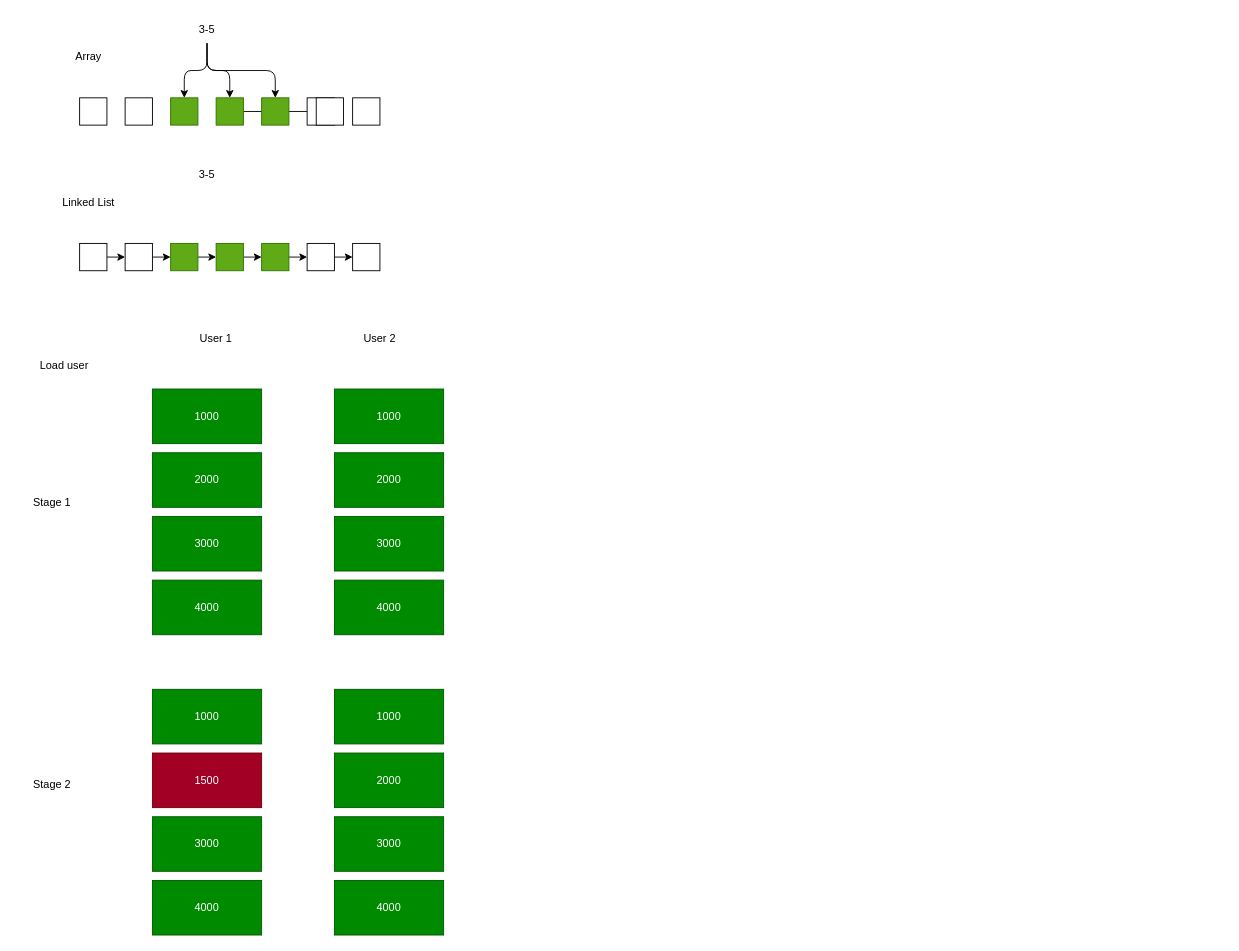
This is idea.drawio from CaptzDevs/terminalATM, a draw.io file, before an edit. Source tidied: cells renumbered, new cells numbered last; positions are measured from the earlier drawing's top-left corner, leaving out a move shared by most shapes. Both pictures are drawn from the tidied source at 91%, with x=0, y=0 at pixel (15, 15).
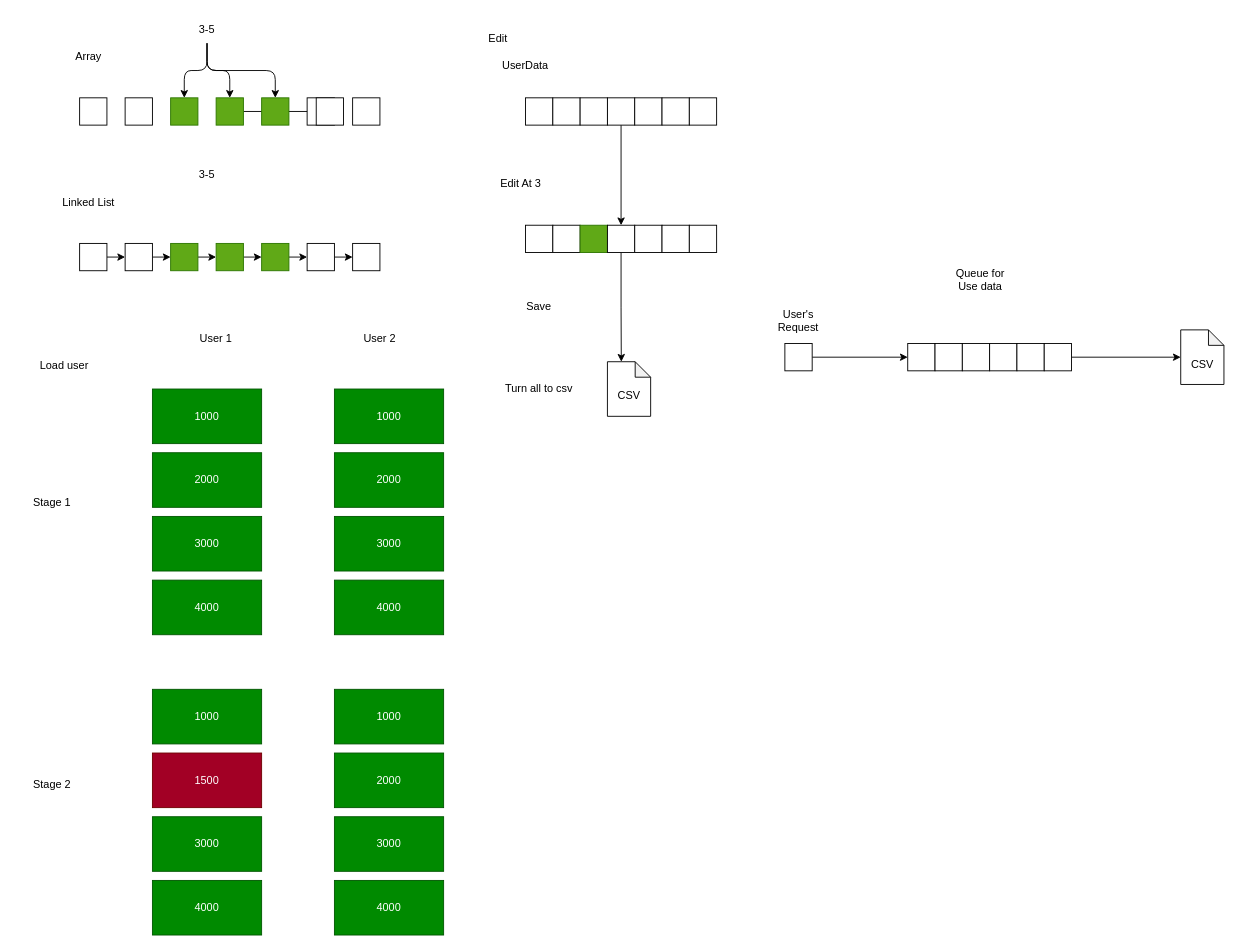
After the change.

Commit message (it also covers changes not shown here):
Add edit user detail

What changed in the source:
```diff
@@
+    <mxCell id="52" value="Edit" style="text;strokeColor=none;align=center;fillColor=none;html=1;verticalAlign=middle;whiteSpace=wrap;rounded=0;" parent="1" vertex="1">
+      <mxGeometry x="500" y="10" width="60" height="30" as="geometry" />
+    </mxCell>
+    <mxCell id="53" value="UserData" style="text;strokeColor=none;align=center;fillColor=none;html=1;verticalAlign=middle;whiteSpace=wrap;rounded=0;" parent="1" vertex="1">
+      <mxGeometry x="530" y="40" width="60" height="30" as="geometry" />
+    </mxCell>
+    <mxCell id="54" style="whiteSpace=wrap;html=1;flipH=1;" parent="1" vertex="1">
+      <mxGeometry x="560" y="90" width="30" height="30" as="geometry" />
+    </mxCell>
+    <mxCell id="55" style="whiteSpace=wrap;html=1;flipH=1;" parent="1" vertex="1">
+      <mxGeometry x="590" y="90" width="30" height="30" as="geometry" />
+    </mxCell>
+    <mxCell id="56" style="whiteSpace=wrap;html=1;flipH=1;" parent="1" vertex="1">
+      <mxGeometry x="620" y="90" width="30" height="30" as="geometry" />
+    </mxCell>
+    <mxCell id="57" style="edgeStyle=orthogonalEdgeStyle;rounded=0;jettySize=auto;html=1;exitX=0.5;exitY=1;exitDx=0;exitDy=0;entryX=0.5;entryY=0;entryDx=0;entryDy=0;" parent="1" edge="1" source="58" target="67">
+      <mxGeometry relative="1" as="geometry" />
+    </mxCell>
+    <mxCell id="58" style="whiteSpace=wrap;html=1;flipH=1;" parent="1" vertex="1">
+      <mxGeometry x="650" y="90" width="30" height="30" as="geometry" />
+    </mxCell>
+    <mxCell id="59" style="whiteSpace=wrap;html=1;flipH=1;" parent="1" vertex="1">
+      <mxGeometry x="680" y="90" width="30" height="30" as="geometry" />
+    </mxCell>
+    <mxCell id="60" style="whiteSpace=wrap;html=1;flipH=1;" parent="1" vertex="1">
+      <mxGeometry x="710" y="90" width="30" height="30" as="geometry" />
+    </mxCell>
+    <mxCell id="61" style="whiteSpace=wrap;html=1;flipH=1;" parent="1" vertex="1">
+      <mxGeometry x="740" y="90" width="30" height="30" as="geometry" />
+    </mxCell>
+    <mxCell id="62" value="Edit At 3" style="text;strokeColor=none;align=center;fillColor=none;html=1;verticalAlign=middle;whiteSpace=wrap;rounded=0;" parent="1" vertex="1">
+      <mxGeometry x="525" y="170" width="60" height="30" as="geometry" />
+    </mxCell>
+    <mxCell id="63" style="whiteSpace=wrap;html=1;flipH=1;" parent="1" vertex="1">
+      <mxGeometry x="560" y="230" width="30" height="30" as="geometry" />
+    </mxCell>
+    <mxCell id="64" style="whiteSpace=wrap;html=1;flipH=1;" parent="1" vertex="1">
+      <mxGeometry x="590" y="230" width="30" height="30" as="geometry" />
+    </mxCell>
+    <mxCell id="65" style="whiteSpace=wrap;html=1;flipH=1;fillColor=#60a917;fontColor=#ffffff;strokeColor=#2D7600;" parent="1" vertex="1">
+      <mxGeometry x="620" y="230" width="30" height="30" as="geometry" />
+    </mxCell>
+    <mxCell id="66" style="edgeStyle=orthogonalEdgeStyle;rounded=0;jettySize=auto;html=1;exitX=0.5;exitY=1;exitDx=0;exitDy=0;entryX=0;entryY=0;entryDx=15.25;entryDy=0;entryPerimeter=0;" parent="1" edge="1" source="67" target="71">
+      <mxGeometry relative="1" as="geometry" />
+    </mxCell>
+    <mxCell id="67" style="whiteSpace=wrap;html=1;flipH=1;" parent="1" vertex="1">
+      <mxGeometry x="650" y="230" width="30" height="30" as="geometry" />
+    </mxCell>
+    <mxCell id="68" style="whiteSpace=wrap;html=1;flipH=1;" parent="1" vertex="1">
+      <mxGeometry x="680" y="230" width="30" height="30" as="geometry" />
+    </mxCell>
+    <mxCell id="69" style="whiteSpace=wrap;html=1;flipH=1;" parent="1" vertex="1">
+      <mxGeometry x="710" y="230" width="30" height="30" as="geometry" />
+    </mxCell>
+    <mxCell id="70" style="whiteSpace=wrap;html=1;flipH=1;" parent="1" vertex="1">
+      <mxGeometry x="740" y="230" width="30" height="30" as="geometry" />
+    </mxCell>
+    <mxCell id="71" value="&lt;br&gt;CSV" style="shape=note;whiteSpace=wrap;html=1;backgroundOutline=1;darkOpacity=0.05;size=17;" parent="1" vertex="1">
+      <mxGeometry x="650" y="380" width="47.5" height="60" as="geometry" />
+    </mxCell>
+    <mxCell id="72" value="Turn all to csv" style="text;strokeColor=none;align=center;fillColor=none;html=1;verticalAlign=middle;whiteSpace=wrap;rounded=0;" parent="1" vertex="1">
+      <mxGeometry x="515" y="395" width="120" height="30" as="geometry" />
+    </mxCell>
+    <mxCell id="73" value="Save" style="text;strokeColor=none;align=center;fillColor=none;html=1;verticalAlign=middle;whiteSpace=wrap;rounded=0;" parent="1" vertex="1">
+      <mxGeometry x="545" y="305" width="60" height="30" as="geometry" />
+    </mxCell>
+    <mxCell id="74" value="&lt;br&gt;CSV" style="shape=note;whiteSpace=wrap;html=1;backgroundOutline=1;darkOpacity=0.05;size=17;" parent="1" vertex="1">
+      <mxGeometry x="1280" y="345" width="47.5" height="60" as="geometry" />
+    </mxCell>
+    <mxCell id="75" style="edgeStyle=orthogonalEdgeStyle;rounded=0;jettySize=auto;html=1;exitX=1;exitY=0.5;exitDx=0;exitDy=0;entryX=0;entryY=0.5;entryDx=0;entryDy=0;" parent="1" edge="1" source="76" target="77">
+      <mxGeometry relative="1" as="geometry" />
+    </mxCell>
+    <mxCell id="76" style="whiteSpace=wrap;html=1;flipH=1;" parent="1" vertex="1">
+      <mxGeometry x="845" y="360" width="30" height="30" as="geometry" />
+    </mxCell>
+    <mxCell id="77" style="whiteSpace=wrap;html=1;flipH=1;" parent="1" vertex="1">
+      <mxGeometry x="980" y="360" width="30" height="30" as="geometry" />
+    </mxCell>
+    <mxCell id="78" style="whiteSpace=wrap;html=1;flipH=1;" parent="1" vertex="1">
+      <mxGeometry x="1010" y="360" width="30" height="30" as="geometry" />
+    </mxCell>
+    <mxCell id="79" style="whiteSpace=wrap;html=1;flipH=1;" parent="1" vertex="1">
+      <mxGeometry x="1040" y="360" width="30" height="30" as="geometry" />
+    </mxCell>
+    <mxCell id="80" style="whiteSpace=wrap;html=1;flipH=1;" parent="1" vertex="1">
+      <mxGeometry x="1070" y="360" width="30" height="30" as="geometry" />
+    </mxCell>
+    <mxCell id="81" style="whiteSpace=wrap;html=1;flipH=1;" parent="1" vertex="1">
+      <mxGeometry x="1100" y="360" width="30" height="30" as="geometry" />
+    </mxCell>
+    <mxCell id="82" style="edgeStyle=orthogonalEdgeStyle;rounded=0;jettySize=auto;html=1;exitX=1;exitY=0.5;exitDx=0;exitDy=0;entryX=0;entryY=0.5;entryDx=0;entryDy=0;entryPerimeter=0;" parent="1" edge="1" source="83" target="74">
+      <mxGeometry relative="1" as="geometry" />
+    </mxCell>
+    <mxCell id="83" style="whiteSpace=wrap;html=1;flipH=1;" parent="1" vertex="1">
+      <mxGeometry x="1130" y="360" width="30" height="30" as="geometry" />
+    </mxCell>
+    <mxCell id="84" value="User's Request" style="text;strokeColor=none;align=center;fillColor=none;html=1;verticalAlign=middle;whiteSpace=wrap;rounded=0;" parent="1" vertex="1">
+      <mxGeometry x="830" y="320" width="60" height="30" as="geometry" />
+    </mxCell>
+    <mxCell id="85" value="Queue for Use data" style="text;strokeColor=none;align=center;fillColor=none;html=1;verticalAlign=middle;whiteSpace=wrap;rounded=0;" parent="1" vertex="1">
+      <mxGeometry x="1030" y="275" width="60" height="30" as="geometry" />
+    </mxCell>
```
